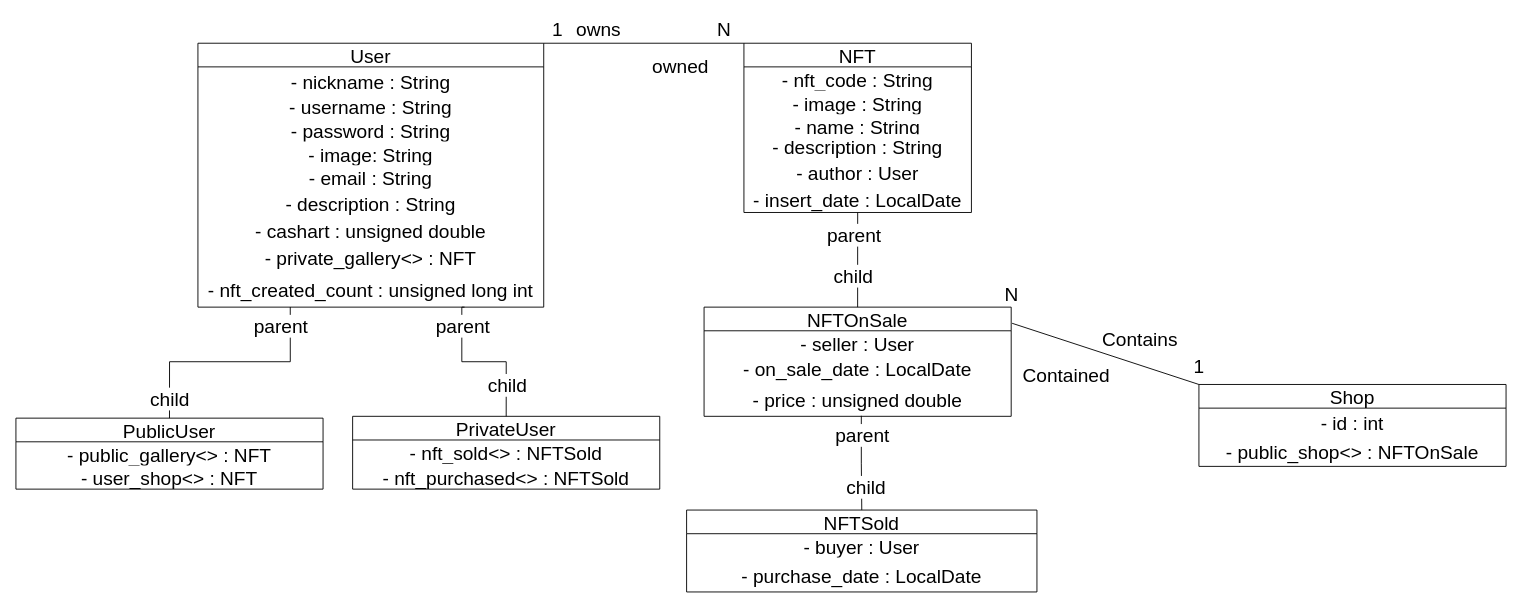
This is Data_Model.drawio from Pietroalex/Compravendita_NFT, a draw.io file, before an edit. Source tidied: cells renumbered, new cells numbered last; positions are measured from the earlier drawing's top-left corner, leaving out a move shared by most shapes. Both pictures are drawn from the tidied source at 91%, with x=0, y=0 at pixel (15, 15).
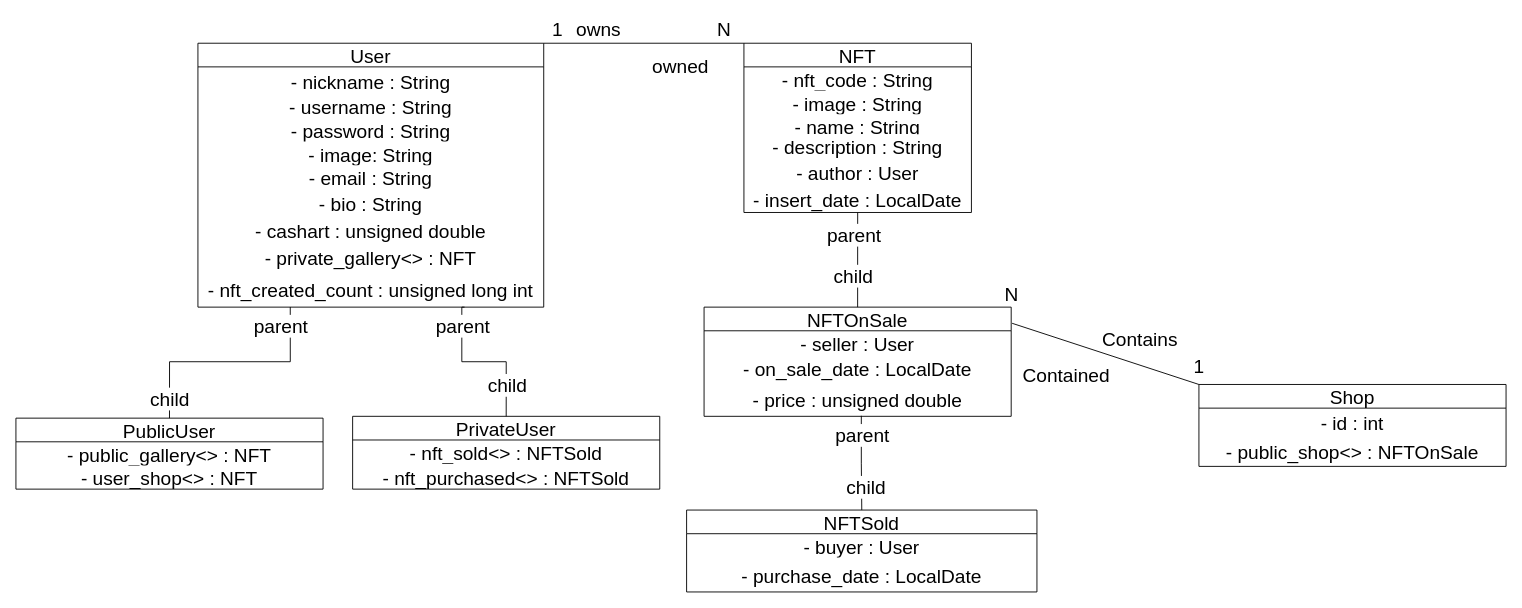
After the change.

The change refers to these unchanged cells:
```xml
<mxCell id="2" value="User" style="swimlane;fontStyle=0;horizontal=1;startSize=26;fillColor=none;fontSize=21;labelPosition=center;verticalLabelPosition=middle;align=center;verticalAlign=middle;swimlaneLine=1;glass=0;rounded=0;shadow=0;sketch=0;spacing=2;" parent="1" vertex="1">
  <mxGeometry x="200" y="30" width="380" height="290" as="geometry" />
</mxCell>
```

Change to the diagram source:
```diff
@@
-    <mxCell id="8" value="- description : String" style="text;strokeColor=none;fillColor=none;spacingLeft=4;spacingRight=4;overflow=hidden;fontSize=21;labelPosition=center;verticalLabelPosition=middle;align=center;verticalAlign=middle;swimlaneLine=1;glass=0;rounded=0;shadow=0;sketch=0;spacing=2;" parent="2" vertex="1">
+    <mxCell id="8" value="- bio : String" style="text;strokeColor=none;fillColor=none;spacingLeft=4;spacingRight=4;overflow=hidden;fontSize=21;labelPosition=center;verticalLabelPosition=middle;align=center;verticalAlign=middle;swimlaneLine=1;glass=0;rounded=0;shadow=0;sketch=0;spacing=2;" parent="2" vertex="1">
       <mxGeometry y="160" width="380" height="30" as="geometry" />
     </mxCell>
```
